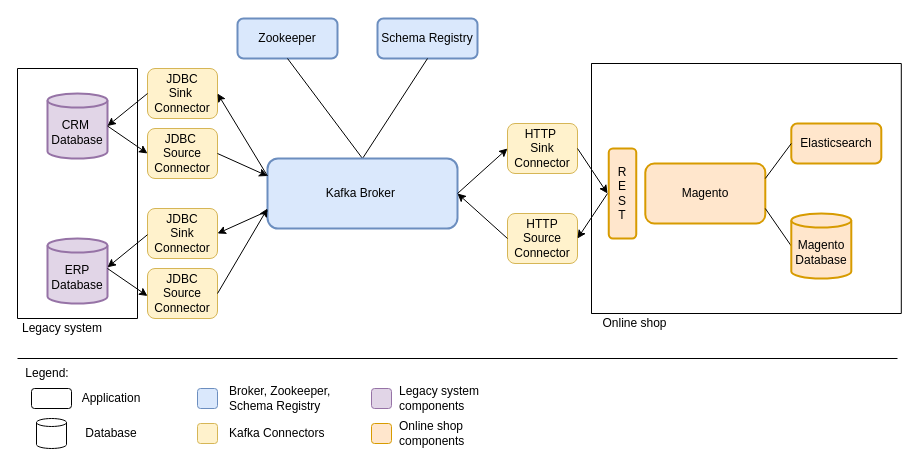
This is doc/architecture.drawio from nadjahagen/thesis-integration-event-streaming-platform, a draw.io file, before an edit. Source tidied: cells renumbered, new cells numbered last; positions are measured from the earlier drawing's top-left corner, leaving out a move shared by most shapes. Both pictures are drawn from the tidied source at 100%, with x=0, y=0 at pixel (17, 18).
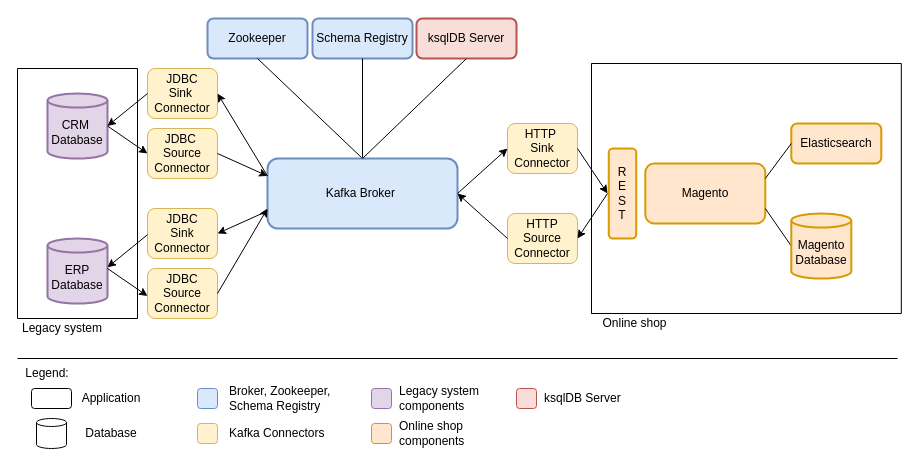
The same page after the edit.

Commit message (it also covers changes not shown here):
Corrected diagram version

The change refers to these unchanged cells:
```xml
<mxCell id="51" value="Kafka Broker&amp;nbsp;" style="rounded=1;whiteSpace=wrap;html=1;strokeWidth=2;strokeColor=#6c8ebf;fillColor=#dae8fc;" parent="1" vertex="1">
  <mxGeometry x="250" y="140" width="190" height="70" as="geometry" />
</mxCell>
```

Change to the diagram source:
```diff
@@
     <mxCell id="19" value="Zookeeper" style="rounded=1;whiteSpace=wrap;html=1;strokeWidth=2;strokeColor=#6c8ebf;fillColor=#dae8fc;" parent="1" vertex="1">
-      <mxGeometry x="220" width="100" height="40" as="geometry" />
+      <mxGeometry x="190" width="100" height="40" as="geometry" />
     </mxCell>
     <mxCell id="20" value="Schema Registry" style="rounded=1;whiteSpace=wrap;html=1;strokeWidth=2;strokeColor=#6c8ebf;fillColor=#dae8fc;" parent="1" vertex="1">
-      <mxGeometry x="360" width="100" height="40" as="geometry" />
+      <mxGeometry x="295" width="100" height="40" as="geometry" />
     </mxCell>
@@
+    <mxCell id="58" value="ksqlDB Server" style="rounded=1;whiteSpace=wrap;html=1;strokeWidth=2;strokeColor=#b85450;fillColor=#F8DDD8;" parent="1" vertex="1">
+      <mxGeometry x="399" width="100" height="40" as="geometry" />
+    </mxCell>
+    <mxCell id="59" style="endArrow=none;html=1;rounded=0;strokeWidth=1;entryX=0.5;entryY=1;entryDx=0;entryDy=0;exitX=0.5;exitY=0;exitDx=0;exitDy=0;" parent="1" edge="1" source="51" target="58">
+      <mxGeometry relative="1" as="geometry" />
+    </mxCell>
+    <mxCell id="60" style="rounded=1;whiteSpace=wrap;html=1;fillColor=#F8DDD8;strokeColor=#b85450;" parent="1" vertex="1">
+      <mxGeometry x="499" y="370" width="20" height="20" as="geometry" />
+    </mxCell>
+    <mxCell id="61" value="ksqlDB Server" style="text;html=1;strokeColor=none;fillColor=none;align=left;verticalAlign=middle;whiteSpace=wrap;rounded=0;" parent="1" vertex="1">
+      <mxGeometry x="525" y="370" width="110" height="20" as="geometry" />
+    </mxCell>
```
